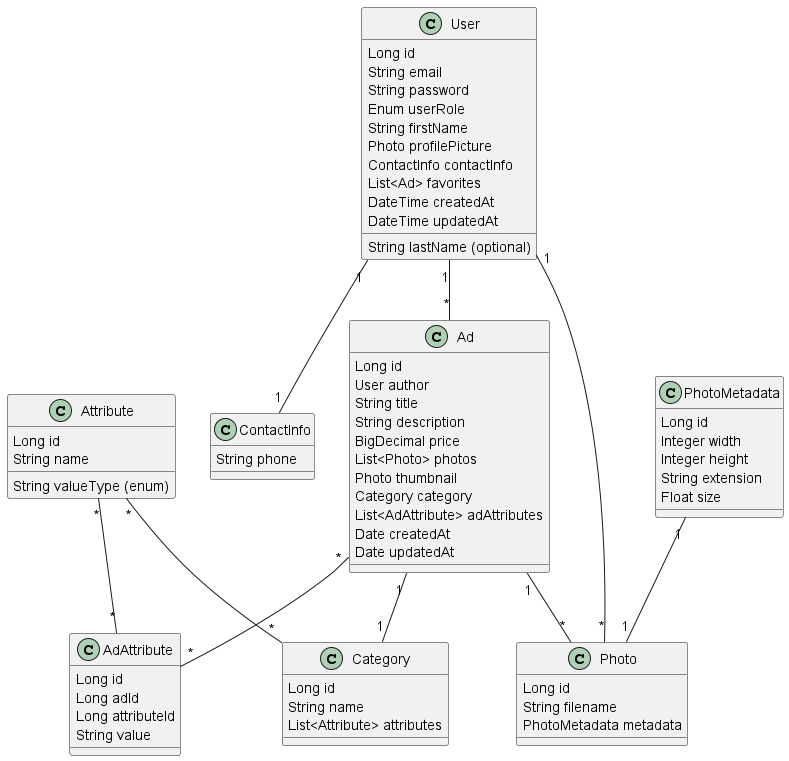
OleksandrProkopenkoDev/marketplace keeps this PlantUML diagram as docs/project-management/class-diagrams/basic-class-diagram.png. Above is the earlier version.
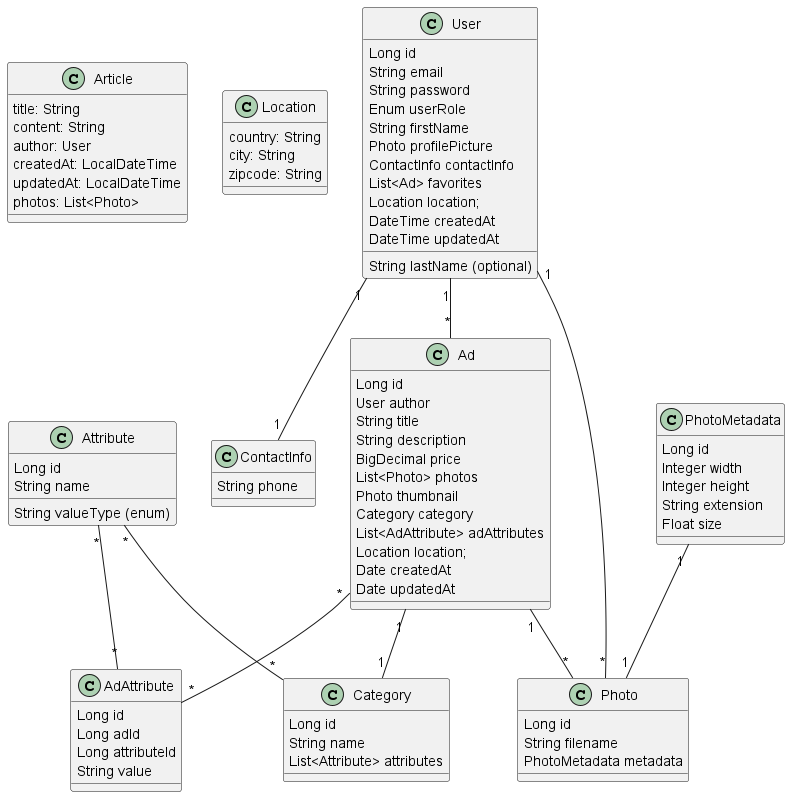
After the commit.

Commit message:
fix create user bug

The edit, as a diff of the source:
```diff
@@ -1,4 +1,19 @@
 @startuml
+class Article{
+  title: String
+  content: String
+  author: User
+  createdAt: LocalDateTime
+  updatedAt: LocalDateTime
+  photos: List<Photo>
+}
+
+class Location {
+  country: String
+  city: String
+  zipcode: String
+}
+
 class User {
   Long id
   String email
@@ -9,6 +24,7 @@
   Photo profilePicture
   ContactInfo contactInfo
   List<Ad> favorites
+  Location location;
   DateTime createdAt
   DateTime updatedAt
 }
@@ -28,6 +44,7 @@
   Photo thumbnail
   Category category
   List<AdAttribute> adAttributes
+  Location location;
   Date createdAt
   Date updatedAt
 }
```
